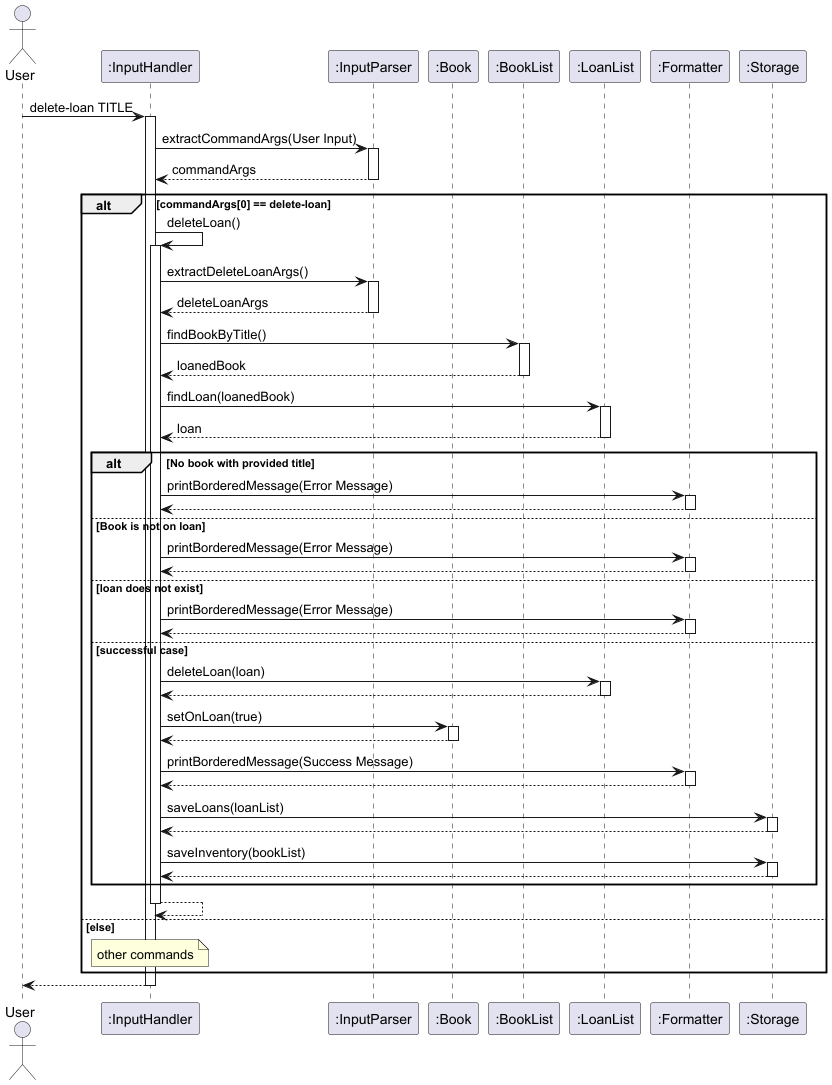
Before: docs/images/deleteLoan.png, a diagram exported from PlantUML (AY2425S2-CS2113-T12-2/tp).
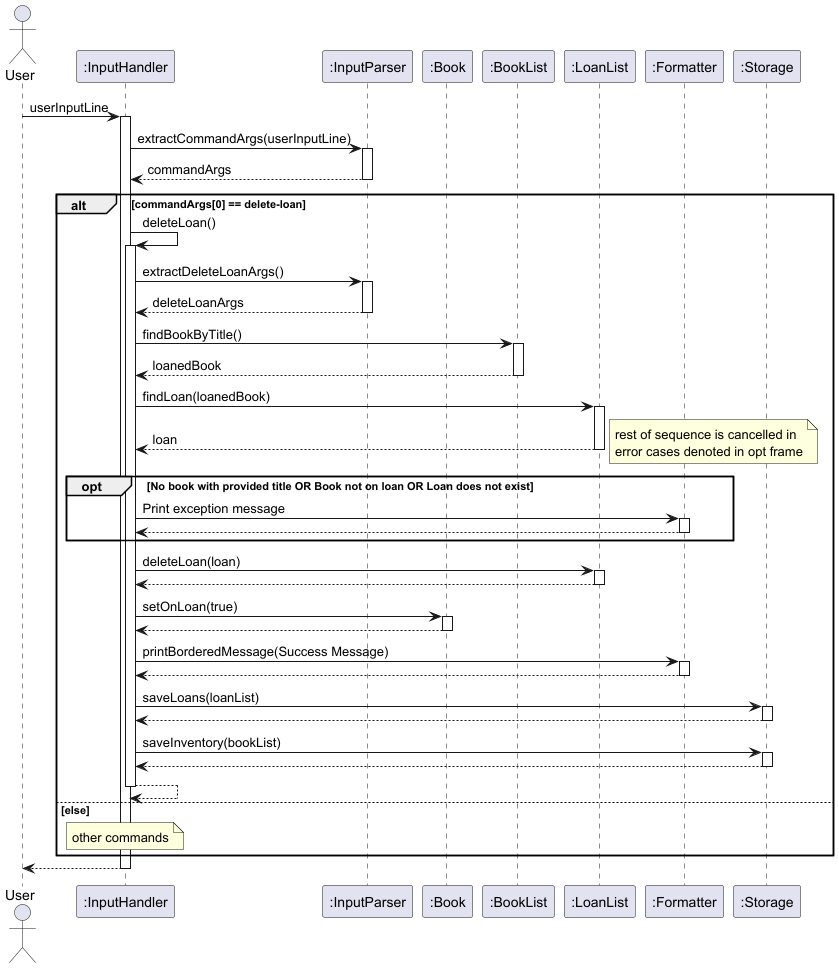
After the commit.

Change to the diagram source:
```diff
@@ -8,8 +8,8 @@
 participant LoanList as ":LoanList"
 participant Formatter as ":Formatter"
 participant Storage as ":Storage"
-User -> InputHandler : delete-loan TITLE
-    InputHandler -> InputParser : extractCommandArgs(User Input)
+User -> InputHandler : userInputLine
+    InputHandler -> InputParser : extractCommandArgs(userInputLine)
     return commandArgs
 alt commandArgs[0] == delete-loan
     InputHandler -> InputHandler : deleteLoan()
@@ -20,27 +20,26 @@
     InputHandler -> LoanList : findLoan(loanedBook)
     return loan
 
-    alt No book with provided title
-        InputHandler -> Formatter : printBorderedMessage(Error Message)
-        return
-    else Book is not on loan
-        InputHandler -> Formatter : printBorderedMessage(Error Message)
-        return
-    else loan does not exist
-        InputHandler -> Formatter : printBorderedMessage(Error Message)
-        return
-    else successful case
-        InputHandler -> LoanList : deleteLoan(loan)
-        return
-        InputHandler -> Book : setOnLoan(true)
-        return
-        InputHandler -> Formatter : printBorderedMessage(Success Message)
-        return
-        InputHandler -> Storage : saveLoans(loanList)
-        return
-        InputHandler -> Storage : saveInventory(bookList)
+    opt No book with provided title OR Book not on loan OR Loan does not exist
+        note right
+        rest of sequence is cancelled in
+        error cases denoted in opt frame
+        end note
+        InputHandler -> Formatter : Print exception message
         return
     end
+
+    InputHandler -> LoanList : deleteLoan(loan)
+    return
+    InputHandler -> Book : setOnLoan(true)
+    return
+    InputHandler -> Formatter : printBorderedMessage(Success Message)
+    return
+    InputHandler -> Storage : saveLoans(loanList)
+    return
+    InputHandler -> Storage : saveInventory(bookList)
+    return
+
     return
 
 else else
```
